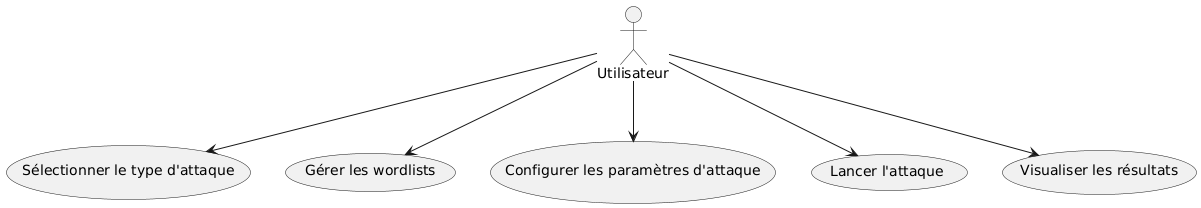
The PlantUML diagram PasswordCracker/diagrams/useCase.png in Sunnoogo77/Password-Cracking, before a commit.
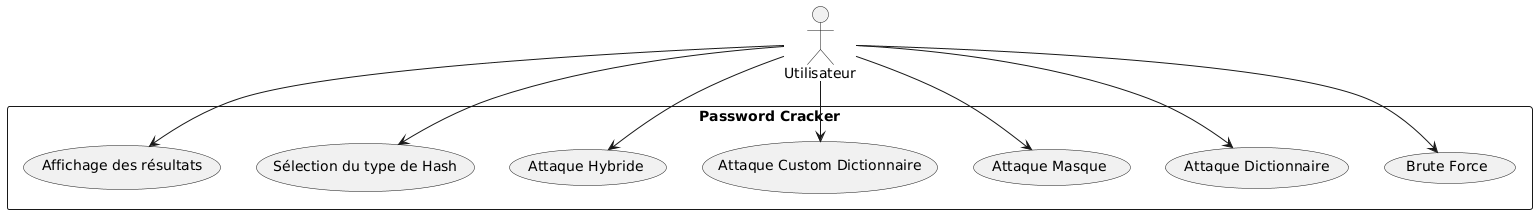
The same file after the commit.

The edit, as a diff of the source:
```diff
@@ -1,15 +1,20 @@
 @startuml
-actor "Utilisateur" as Utilisateur
-
-usecase "Sélectionner le type d'attaque" as UC1
-usecase "Gérer les wordlists" as UC2
-usecase "Configurer les paramètres d'attaque" as UC3
-usecase "Lancer l'attaque" as UC4
-usecase "Visualiser les résultats" as UC5
+actor Utilisateur
+rectangle "Password Cracker" {
+  usecase "Brute Force" as UC1
+  usecase "Attaque Dictionnaire" as UC2
+  usecase "Attaque Masque" as UC3
+  usecase "Attaque Custom Dictionnaire" as UC4
+  usecase "Attaque Hybride" as UC5
+  usecase "Sélection du type de Hash" as UC6
+  usecase "Affichage des résultats" as UC7
+}
 
 Utilisateur --> UC1
 Utilisateur --> UC2
 Utilisateur --> UC3
 Utilisateur --> UC4
 Utilisateur --> UC5
+Utilisateur --> UC6
+Utilisateur --> UC7
 @enduml
```
